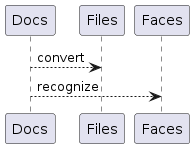
Above: diagrams/patch_docs.png in archie-soft/design (PlantUML), before the change.
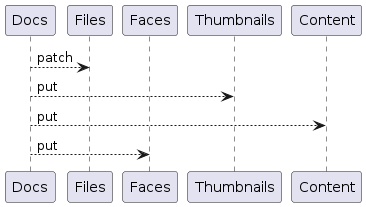
The same file after the commit.

Change to the diagram source:
```diff
@@ -2,6 +2,8 @@
 participant Docs
 participant Files
 participant Faces
-Docs --> Files: convert
-Docs --> Faces: recognize
+Docs --> Files: patch
+Docs --> Thumbnails: put
+Docs --> Content: put
+Docs --> Faces: put
 @enduml
```
